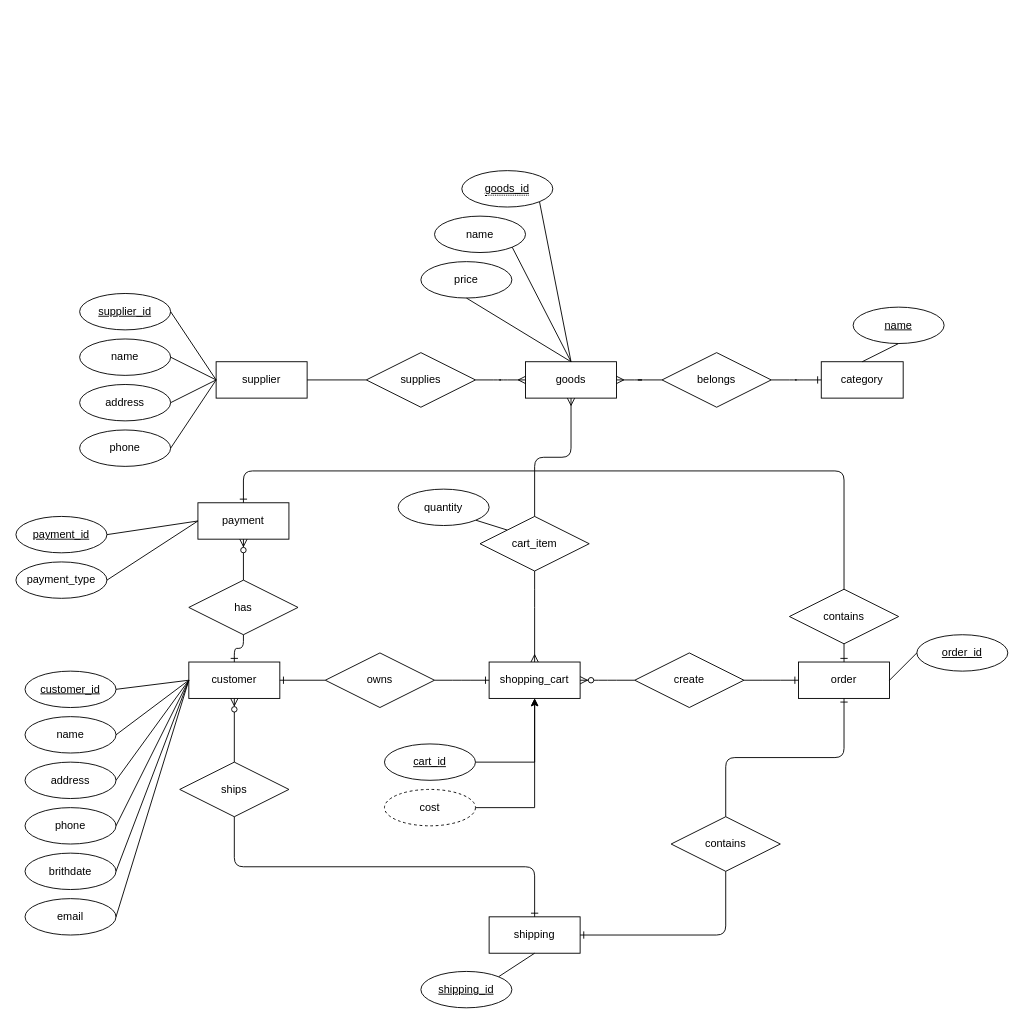
Before: Untitled Diagram.drawio in BoshiLee/ecommerce, a draw.io diagram. Source tidied: cells renumbered, new cells numbered last; positions are measured from the earlier drawing's top-left corner, leaving out a move shared by most shapes. Both pictures are drawn from the tidied source at 91%, with x=0, y=0 at pixel (15, 170).
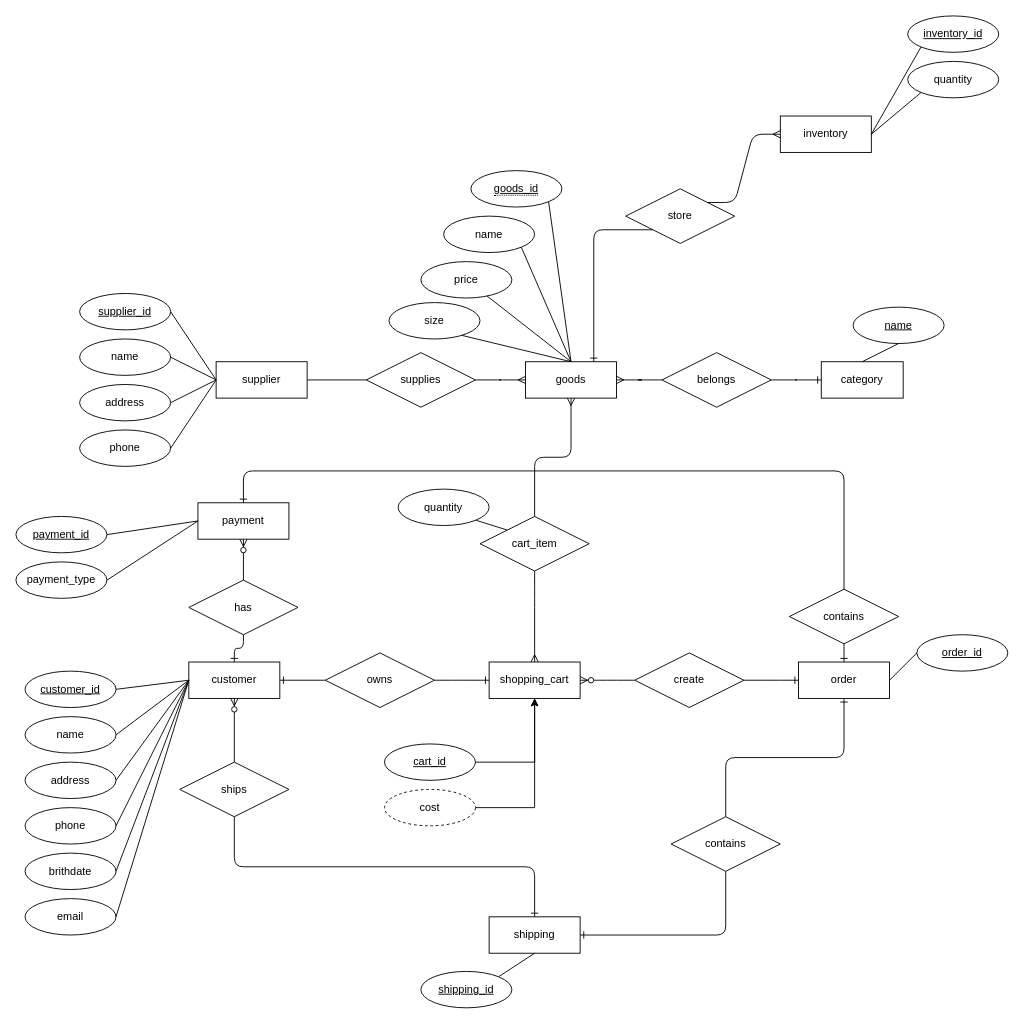
Above is the later version.

The change refers to these unchanged cells:
```xml
<mxCell id="3" value="goods" style="whiteSpace=wrap;html=1;align=center;" parent="1" vertex="1">
  <mxGeometry x="560" y="210" width="100" height="40" as="geometry" />
</mxCell>
<mxCell id="5" value="supplies" style="shape=rhombus;perimeter=rhombusPerimeter;whiteSpace=wrap;html=1;align=center;" parent="1" vertex="1">
  <mxGeometry x="385" y="200" width="120" height="60" as="geometry" />
</mxCell>
<mxCell id="9" value="price" style="ellipse;whiteSpace=wrap;html=1;align=center;" parent="1" vertex="1">
  <mxGeometry x="445" y="100" width="100" height="40" as="geometry" />
</mxCell>
```

The edit, as a diff of the source:
```diff
@@
     <mxCell id="4" value="&lt;span style=&quot;border-bottom: 1px dotted&quot;&gt;goods_id&lt;/span&gt;" style="ellipse;whiteSpace=wrap;html=1;align=center;fontStyle=4;" parent="1" vertex="1">
-      <mxGeometry x="490" width="100" height="40" as="geometry" />
+      <mxGeometry x="500" width="100" height="40" as="geometry" />
     </mxCell>
@@
-    <mxCell id="7" style="edgeStyle=entityRelationEdgeStyle;fontSize=12;html=1;endArrow=ERmany;exitX=1;exitY=0.5;exitDx=0;exitDy=0;entryX=0;entryY=0.5;entryDx=0;entryDy=0;" parent="1" edge="1" source="5" target="3">
-      <mxGeometry relative="1" as="geometry" />
+    <mxCell id="7" style="edgeStyle=entityRelationEdgeStyle;fontSize=12;html=1;endArrow=ERmany;exitX=1;exitY=0.5;exitDx=0;exitDy=0;" parent="1" edge="1" source="5">
+      <mxGeometry relative="1" as="geometry">
+        <mxPoint x="560" y="230" as="targetPoint" />
+      </mxGeometry>
     </mxCell>
     <mxCell id="8" value="name" style="ellipse;whiteSpace=wrap;html=1;align=center;" parent="1" vertex="1">
-      <mxGeometry x="460" y="50" width="100" height="40" as="geometry" />
+      <mxGeometry x="470" y="50" width="100" height="40" as="geometry" />
     </mxCell>
@@
-    <mxCell id="76" style="endArrow=none;html=1;rounded=0;entryX=0.5;entryY=1;entryDx=0;entryDy=0;exitX=0.5;exitY=0;exitDx=0;exitDy=0;" parent="1" edge="1" source="3" target="9">
+    <mxCell id="76" style="endArrow=none;html=1;rounded=0;exitX=0.5;exitY=0;exitDx=0;exitDy=0;" parent="1" edge="1" source="3" target="9">
       <mxGeometry relative="1" as="geometry" />
     </mxCell>
@@
+    <mxCell id="79" style="endArrow=none;html=1;rounded=0;entryX=0.55;entryY=0.75;entryDx=0;entryDy=0;entryPerimeter=0;exitX=0.5;exitY=0;exitDx=0;exitDy=0;" parent="1" edge="1" source="3" target="88">
+      <mxGeometry relative="1" as="geometry" />
+    </mxCell>
+    <mxCell id="80" value="store" style="shape=rhombus;perimeter=rhombusPerimeter;whiteSpace=wrap;html=1;align=center;" parent="1" vertex="1">
+      <mxGeometry x="670" y="20" width="120" height="60" as="geometry" />
+    </mxCell>
+    <mxCell id="81" value="inventory" style="whiteSpace=wrap;html=1;align=center;" parent="1" vertex="1">
+      <mxGeometry x="840" y="-60" width="100" height="40" as="geometry" />
+    </mxCell>
+    <mxCell id="82" value="quantity" style="ellipse;whiteSpace=wrap;html=1;align=center;" parent="1" vertex="1">
+      <mxGeometry x="980" y="-120" width="100" height="40" as="geometry" />
+    </mxCell>
+    <mxCell id="83" style="edgeStyle=entityRelationEdgeStyle;fontSize=12;html=1;endArrow=ERmany;exitX=1;exitY=0;exitDx=0;exitDy=0;" parent="1" edge="1" source="80" target="81">
+      <mxGeometry relative="1" as="geometry" />
+    </mxCell>
+    <mxCell id="84" style="endArrow=none;html=1;rounded=0;entryX=0;entryY=1;entryDx=0;entryDy=0;exitX=1;exitY=0.5;exitDx=0;exitDy=0;" parent="1" edge="1" source="81" target="82">
+      <mxGeometry relative="1" as="geometry" />
+    </mxCell>
+    <mxCell id="85" style="edgeStyle=orthogonalEdgeStyle;fontSize=12;html=1;endArrow=ERone;endFill=1;entryX=0.75;entryY=0;entryDx=0;entryDy=0;exitX=0;exitY=1;exitDx=0;exitDy=0;" parent="1" edge="1" source="80" target="3">
+      <mxGeometry relative="1" as="geometry" />
+    </mxCell>
+    <mxCell id="86" value="inventory_id" style="ellipse;whiteSpace=wrap;html=1;align=center;fontStyle=4;" parent="1" vertex="1">
+      <mxGeometry x="980" y="-170" width="100" height="40" as="geometry" />
+    </mxCell>
+    <mxCell id="87" style="endArrow=none;html=1;rounded=0;entryX=0;entryY=1;entryDx=0;entryDy=0;exitX=1;exitY=0.5;exitDx=0;exitDy=0;" parent="1" edge="1" source="81" target="86">
+      <mxGeometry relative="1" as="geometry" />
+    </mxCell>
+    <mxCell id="88" value="size" style="ellipse;whiteSpace=wrap;html=1;align=center;" parent="1" vertex="1">
+      <mxGeometry x="410" y="145" width="100" height="40" as="geometry" />
+    </mxCell>
```
